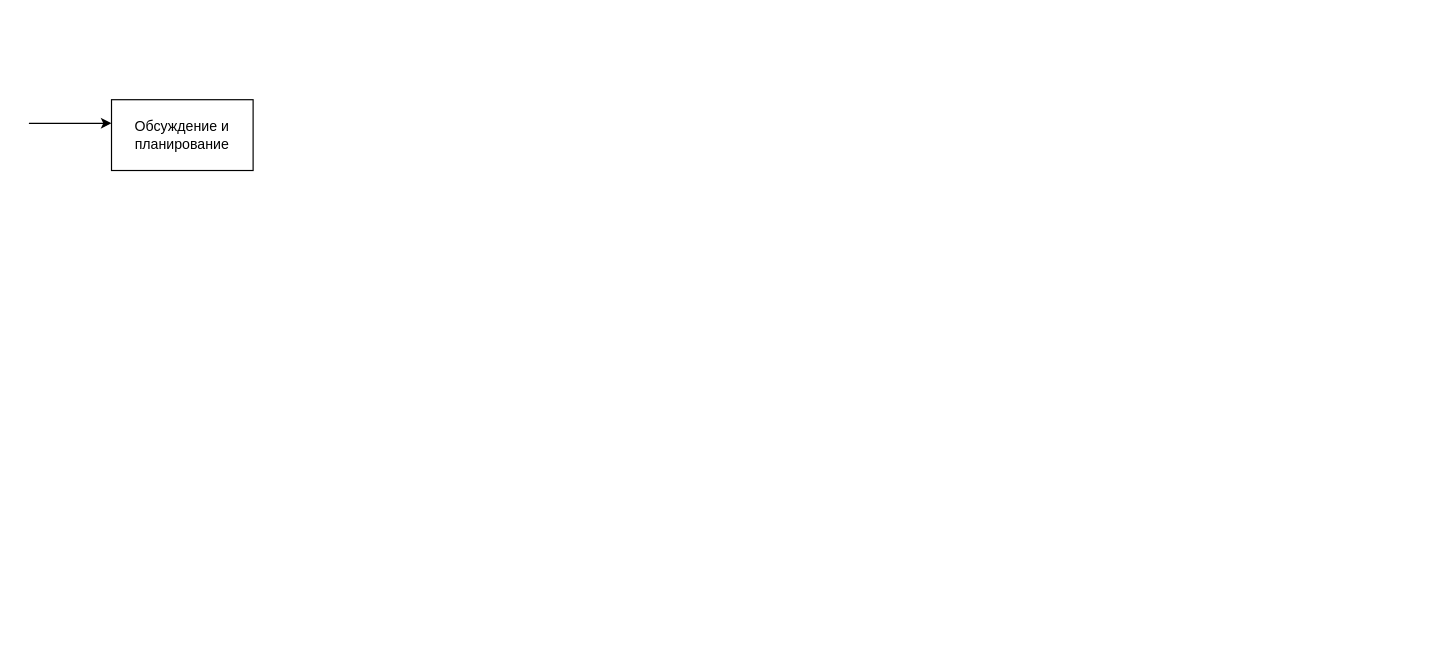
The draw.io diagram Biểu đồ không có tiêu đề.drawio in quyettranvu/Lab1_IDEF, before the edit. Source tidied: cells renumbered, new cells numbered last; positions are measured from the earlier drawing's top-left corner, leaving out a move shared by most shapes. Both pictures are drawn from the tidied source at 118%, with x=0, y=0 at pixel (28, 99).
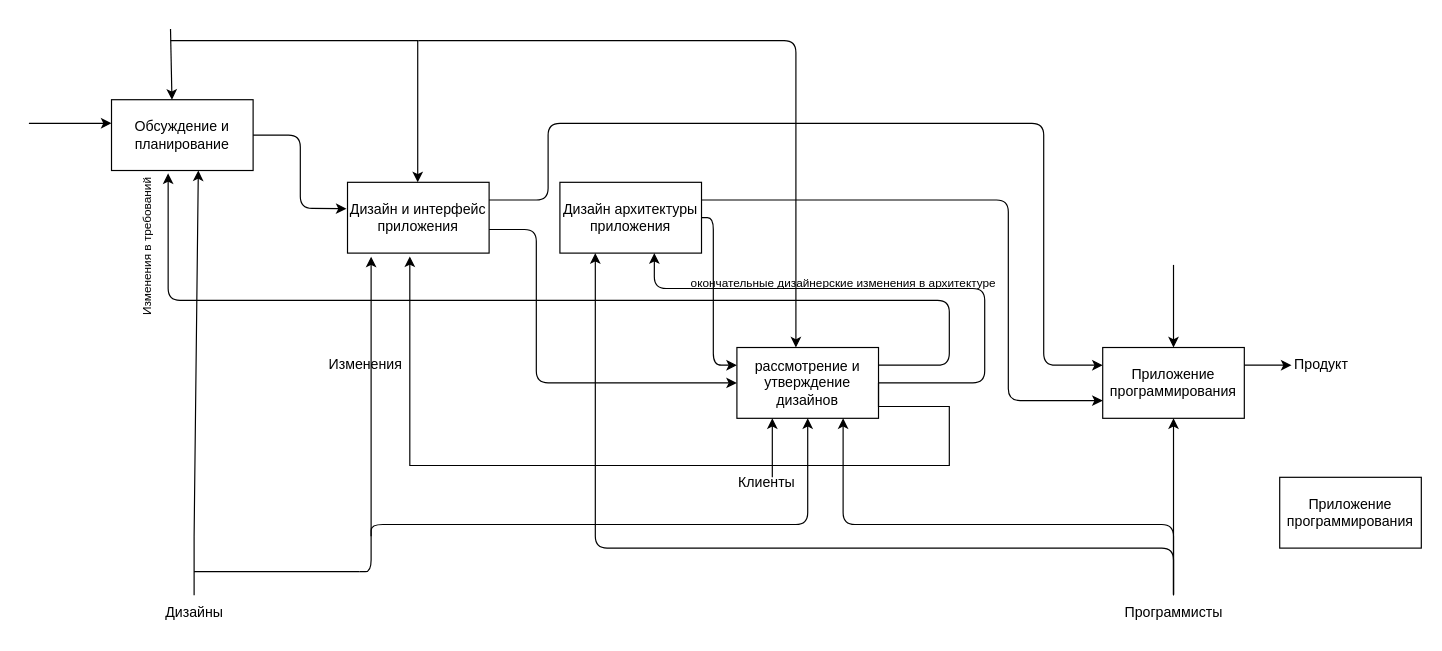
The same diagram, later.

Commit message:
Cập nhật Biểu đồ không có tiêu đề.drawio

Unchanged cells that the change refers to:
```xml
<mxCell id="2" value="Oбсуждение и планирование" style="rounded=0;whiteSpace=wrap;html=1;" parent="1" vertex="1">
  <mxGeometry x="70" width="120" height="60" as="geometry" />
</mxCell>
```

The edit, as a diff of the source:
```diff
@@
+    <mxCell id="4" style="endArrow=classic;html=1;rounded=0;entryX=0.427;entryY=0;entryDx=0;entryDy=0;entryPerimeter=0;" parent="1" edge="1" target="2">
+      <mxGeometry relative="1" as="geometry">
+        <mxPoint x="120" y="-60" as="sourcePoint" />
+      </mxGeometry>
+    </mxCell>
+    <mxCell id="5" value="Дизайн и интерфейс приложения" style="rounded=0;whiteSpace=wrap;html=1;" parent="1" vertex="1">
+      <mxGeometry x="270" y="70" width="120" height="60" as="geometry" />
+    </mxCell>
+    <mxCell id="6" style="endArrow=classic;html=1;rounded=1;exitX=1;exitY=0.5;exitDx=0;exitDy=0;entryX=-0.007;entryY=0.373;entryDx=0;entryDy=0;entryPerimeter=0;" parent="1" edge="1" source="2" target="5">
+      <mxGeometry relative="1" as="geometry">
+        <Array as="points">
+          <mxPoint x="230" y="30" />
+          <mxPoint x="230" y="92" />
+        </Array>
+      </mxGeometry>
+    </mxCell>
+    <mxCell id="7" style="endArrow=classic;html=1;rounded=1;" parent="1" edge="1">
+      <mxGeometry relative="1" as="geometry">
+        <mxPoint x="329.5" y="-50" as="sourcePoint" />
+        <mxPoint x="329.5" y="70" as="targetPoint" />
+      </mxGeometry>
+    </mxCell>
+    <mxCell id="8" style="edgeStyle=orthogonalEdgeStyle;rounded=1;jettySize=auto;html=1;entryX=0;entryY=0.25;entryDx=0;entryDy=0;fontSize=10;" parent="1" edge="1" source="9" target="12">
+      <mxGeometry relative="1" as="geometry">
+        <Array as="points">
+          <mxPoint x="580" y="100" />
+          <mxPoint x="580" y="225" />
+        </Array>
+      </mxGeometry>
+    </mxCell>
+    <mxCell id="9" value="Дизайн архитектуры приложения" style="rounded=0;whiteSpace=wrap;html=1;" parent="1" vertex="1">
+      <mxGeometry x="450" y="70" width="120" height="60" as="geometry" />
+    </mxCell>
+    <mxCell id="10" style="endArrow=none;html=1;rounded=0;" parent="1" edge="1">
+      <mxGeometry relative="1" as="geometry">
+        <mxPoint x="120" y="-50" as="sourcePoint" />
+        <mxPoint x="330" y="-50" as="targetPoint" />
+      </mxGeometry>
+    </mxCell>
+    <mxCell id="11" style="endArrow=classic;html=1;rounded=1;edgeStyle=orthogonalEdgeStyle;" parent="1" edge="1">
+      <mxGeometry relative="1" as="geometry">
+        <mxPoint x="330" y="-50" as="sourcePoint" />
+        <mxPoint x="650" y="210" as="targetPoint" />
+        <Array as="points">
+          <mxPoint x="620" y="-50" />
+          <mxPoint x="620" y="-50" />
+        </Array>
+      </mxGeometry>
+    </mxCell>
+    <mxCell id="12" value="рассмотрение и утверждение дизайнов" style="rounded=0;whiteSpace=wrap;html=1;" parent="1" vertex="1">
+      <mxGeometry x="600" y="210" width="120" height="60" as="geometry" />
+    </mxCell>
+    <mxCell id="13" style="endArrow=classic;html=1;rounded=1;exitX=1;exitY=0.5;exitDx=0;exitDy=0;entryX=0;entryY=0.5;entryDx=0;entryDy=0;" parent="1" edge="1" target="12">
+      <mxGeometry relative="1" as="geometry">
+        <mxPoint x="390" y="110" as="sourcePoint" />
+        <Array as="points">
+          <mxPoint x="430" y="110" />
+          <mxPoint x="430" y="240" />
+        </Array>
+      </mxGeometry>
+    </mxCell>
+    <mxCell id="14" style="endArrow=classic;html=1;rounded=0;exitX=1;exitY=0.5;exitDx=0;exitDy=0;edgeStyle=orthogonalEdgeStyle;entryX=0.44;entryY=1.047;entryDx=0;entryDy=0;entryPerimeter=0;" parent="1" edge="1" source="12" target="5">
+      <mxGeometry relative="1" as="geometry">
+        <Array as="points">
+          <mxPoint x="720" y="260" />
+          <mxPoint x="780" y="260" />
+          <mxPoint x="780" y="310" />
+          <mxPoint x="323" y="310" />
+        </Array>
+      </mxGeometry>
+    </mxCell>
+    <mxCell id="15" value="Изменения" style="text;html=1;align=center;verticalAlign=middle;fillColor=none;strokeColor=none;rounded=0;" parent="1" vertex="1">
+      <mxGeometry x="240" y="210" width="90" height="30" as="geometry" />
+    </mxCell>
+    <mxCell id="16" style="endArrow=classic;html=1;exitX=1;exitY=0.25;exitDx=0;exitDy=0;rounded=1;entryX=0.4;entryY=1.04;entryDx=0;entryDy=0;entryPerimeter=0;" parent="1" edge="1" source="12" target="2">
+      <mxGeometry relative="1" as="geometry">
+        <Array as="points">
+          <mxPoint x="780" y="225" />
+          <mxPoint x="780" y="170" />
+          <mxPoint x="118" y="170" />
+        </Array>
+      </mxGeometry>
+    </mxCell>
+    <mxCell id="17" value="&lt;font style=&quot;font-size: 10px;&quot;&gt;Изменения в требований&lt;/font&gt;" style="text;html=1;align=center;verticalAlign=middle;fillColor=none;strokeColor=none;rounded=0;rotation=270;" parent="1" vertex="1">
+      <mxGeometry x="30" y="110" width="140" height="30" as="geometry" />
+    </mxCell>
+    <mxCell id="18" style="endArrow=classic;html=1;rounded=1;fontSize=10;exitX=0.667;exitY=1;exitDx=0;exitDy=0;exitPerimeter=0;entryX=0.667;entryY=1;entryDx=0;entryDy=0;entryPerimeter=0;" parent="1" edge="1" target="9">
+      <mxGeometry relative="1" as="geometry">
+        <mxPoint x="720" y="240" as="sourcePoint" />
+        <Array as="points">
+          <mxPoint x="810" y="240" />
+          <mxPoint x="810" y="160" />
+          <mxPoint x="530" y="160" />
+        </Array>
+      </mxGeometry>
+    </mxCell>
+    <mxCell id="19" value="окончательные дизайнерские изменения в архитектуре" style="text;html=1;align=center;verticalAlign=middle;fillColor=none;strokeColor=none;rounded=0;fontSize=10;" parent="1" vertex="1">
+      <mxGeometry x="550" y="140" width="280" height="30" as="geometry" />
+    </mxCell>
+    <mxCell id="20" style="endArrow=classic;html=1;rounded=0;fontSize=10;entryX=0.613;entryY=1;entryDx=0;entryDy=0;entryPerimeter=0;" parent="1" edge="1" target="2">
+      <mxGeometry relative="1" as="geometry">
+        <mxPoint x="140" y="420" as="sourcePoint" />
+        <Array as="points">
+          <mxPoint x="140" y="400" />
+          <mxPoint x="140" y="380" />
+          <mxPoint x="140" y="370" />
+        </Array>
+      </mxGeometry>
+    </mxCell>
+    <mxCell id="21" value="&lt;font style=&quot;font-size: 12px;&quot;&gt;Дизайны&lt;/font&gt;" style="text;html=1;align=center;verticalAlign=middle;fillColor=none;strokeColor=none;rounded=0;fontSize=10;" parent="1" vertex="1">
+      <mxGeometry x="105" y="420" width="70" height="30" as="geometry" />
+    </mxCell>
+    <mxCell id="22" style="endArrow=none;html=1;rounded=1;fontSize=12;edgeStyle=entityRelationEdgeStyle;" parent="1" edge="1">
+      <mxGeometry relative="1" as="geometry">
+        <mxPoint x="140" y="400" as="sourcePoint" />
+        <mxPoint x="280" y="400" as="targetPoint" />
+      </mxGeometry>
+    </mxCell>
+    <mxCell id="23" style="endArrow=classic;html=1;fontSize=12;edgeStyle=orthogonalEdgeStyle;" parent="1" edge="1">
+      <mxGeometry relative="1" as="geometry">
+        <mxPoint x="280" y="400" as="sourcePoint" />
+        <mxPoint x="290" y="133" as="targetPoint" />
+        <Array as="points">
+          <mxPoint x="290" y="400" />
+          <mxPoint x="290" y="133" />
+        </Array>
+      </mxGeometry>
+    </mxCell>
+    <mxCell id="24" style="endArrow=classic;html=1;fontSize=12;edgeStyle=orthogonalEdgeStyle;entryX=0.5;entryY=1;entryDx=0;entryDy=0;" parent="1" edge="1" target="12">
+      <mxGeometry relative="1" as="geometry">
+        <mxPoint x="290" y="370" as="sourcePoint" />
+        <Array as="points">
+          <mxPoint x="290" y="360" />
+          <mxPoint x="660" y="360" />
+        </Array>
+      </mxGeometry>
+    </mxCell>
+    <mxCell id="25" style="endArrow=classic;html=1;fontSize=12;entryX=0.25;entryY=1;entryDx=0;entryDy=0;" parent="1" edge="1" target="12">
+      <mxGeometry relative="1" as="geometry">
+        <mxPoint x="630" y="320" as="sourcePoint" />
+      </mxGeometry>
+    </mxCell>
+    <mxCell id="26" value="Клиенты" style="text;html=1;align=center;verticalAlign=middle;fillColor=none;strokeColor=none;rounded=0;fontSize=12;" parent="1" vertex="1">
+      <mxGeometry x="590" y="310" width="70" height="30" as="geometry" />
+    </mxCell>
+    <mxCell id="27" value="Приложение программирования" style="rounded=0;whiteSpace=wrap;html=1;" parent="1" vertex="1">
+      <mxGeometry x="910" y="210" width="120" height="60" as="geometry" />
+    </mxCell>
+    <mxCell id="28" style="endArrow=classic;html=1;fontSize=12;entryX=0.5;entryY=0;entryDx=0;entryDy=0;" parent="1" edge="1" target="27">
+      <mxGeometry relative="1" as="geometry">
+        <mxPoint x="970" y="140" as="sourcePoint" />
+      </mxGeometry>
+    </mxCell>
+    <mxCell id="29" style="endArrow=classic;html=1;fontSize=12;exitX=1;exitY=0.25;exitDx=0;exitDy=0;entryX=0;entryY=0.25;entryDx=0;entryDy=0;" parent="1" edge="1" source="5" target="27">
+      <mxGeometry relative="1" as="geometry">
+        <Array as="points">
+          <mxPoint x="440" y="85" />
+          <mxPoint x="440" y="20" />
+          <mxPoint x="860" y="20" />
+          <mxPoint x="860" y="100" />
+          <mxPoint x="860" y="160" />
+          <mxPoint x="860" y="225" />
+        </Array>
+      </mxGeometry>
+    </mxCell>
+    <mxCell id="30" style="endArrow=classic;html=1;fontSize=12;exitX=1;exitY=0.25;exitDx=0;exitDy=0;entryX=0;entryY=0.75;entryDx=0;entryDy=0;" parent="1" edge="1" source="9" target="27">
+      <mxGeometry relative="1" as="geometry">
+        <Array as="points">
+          <mxPoint x="830" y="85" />
+          <mxPoint x="830" y="255" />
+        </Array>
+      </mxGeometry>
+    </mxCell>
+    <mxCell id="31" style="endArrow=classic;html=1;fontSize=12;exitX=1;exitY=0.25;exitDx=0;exitDy=0;" parent="1" edge="1" source="27">
+      <mxGeometry relative="1" as="geometry">
+        <mxPoint x="1070" y="225" as="targetPoint" />
+      </mxGeometry>
+    </mxCell>
+    <mxCell id="32" value="Продукт" style="text;html=1;align=center;verticalAlign=middle;fillColor=none;strokeColor=none;rounded=0;fontSize=12;" parent="1" vertex="1">
+      <mxGeometry x="1060" y="210" width="70" height="30" as="geometry" />
+    </mxCell>
+    <mxCell id="33" style="endArrow=classic;html=1;fontSize=12;entryX=0.5;entryY=1;entryDx=0;entryDy=0;" parent="1" edge="1" target="27">
+      <mxGeometry relative="1" as="geometry">
+        <mxPoint x="970" y="420" as="sourcePoint" />
+      </mxGeometry>
+    </mxCell>
+    <mxCell id="34" value="Программисты" style="text;html=1;align=center;verticalAlign=middle;points=[];fillColor=none;strokeColor=none;rounded=0;fontSize=12;" parent="1" vertex="1">
+      <mxGeometry x="915" y="420" width="110" height="30" as="geometry" />
+    </mxCell>
+    <mxCell id="35" style="endArrow=classic;html=1;fontSize=12;entryX=0.25;entryY=1;entryDx=0;entryDy=0;edgeStyle=orthogonalEdgeStyle;" parent="1" edge="1" target="9">
+      <mxGeometry relative="1" as="geometry">
+        <mxPoint x="970" y="420" as="sourcePoint" />
+        <Array as="points">
+          <mxPoint x="970" y="380" />
+          <mxPoint x="480" y="380" />
+        </Array>
+      </mxGeometry>
+    </mxCell>
+    <mxCell id="36" style="endArrow=classic;html=1;fontSize=12;rounded=1;entryX=0.75;entryY=1;entryDx=0;entryDy=0;exitX=0.5;exitY=-0.027;exitDx=0;exitDy=0;exitPerimeter=0;" parent="1" edge="1" source="34" target="12">
+      <mxGeometry relative="1" as="geometry">
+        <Array as="points">
+          <mxPoint x="970" y="360" />
+          <mxPoint x="690" y="360" />
+        </Array>
+      </mxGeometry>
+    </mxCell>
+    <mxCell id="37" value="Приложение программирования" style="rounded=0;whiteSpace=wrap;html=1;" parent="1" vertex="1">
+      <mxGeometry x="1060" y="320" width="120" height="60" as="geometry" />
+    </mxCell>
```
